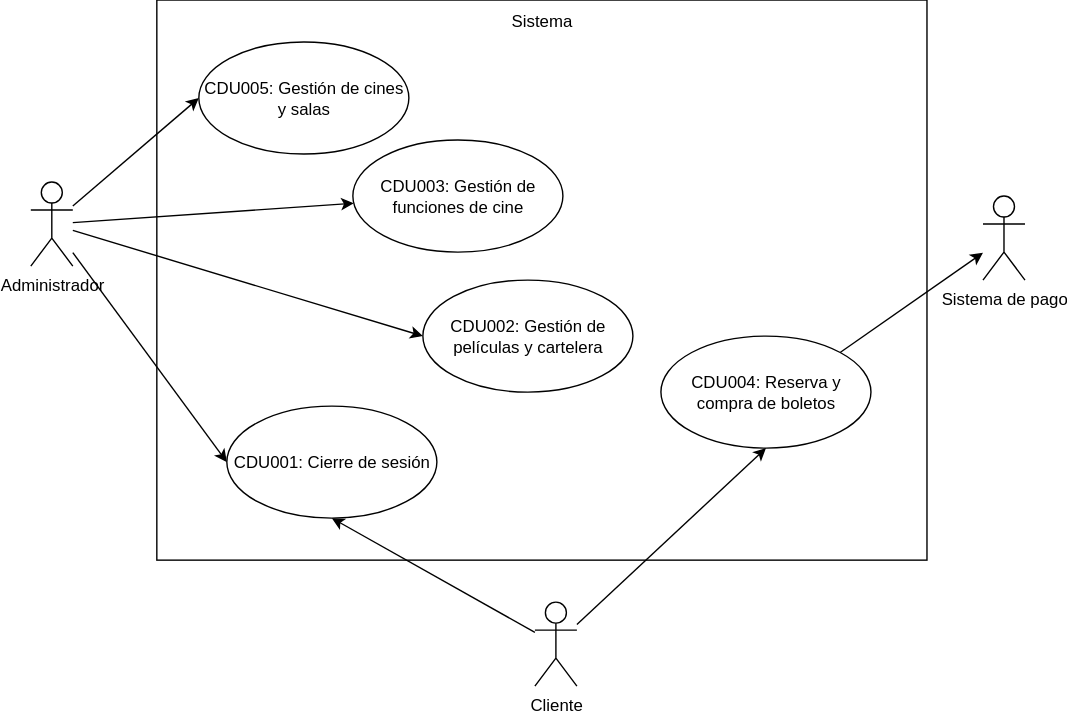
Earlier version of the draw.io export Practica1/Doc/CasosDeUso/img/Practica-Primera_Descomposición.drawio.svg (matiuuh/SA_PRACTICA_G10). Source tidied: cells renumbered, new cells last; positions are measured from the earlier drawing's top-left corner, leaving out a move shared by most shapes. Its diagram source:
```xml
<mxGraphModel>
  <root>
    <mxCell id="0" />
    <mxCell id="1" parent="0" />
    <mxCell id="2" style="rounded=0;whiteSpace=wrap;html=1;" parent="1" vertex="1">
      <mxGeometry x="90" width="550" height="400" as="geometry" />
    </mxCell>
    <mxCell id="3" style="rounded=0;jettySize=auto;html=1;entryX=0;entryY=0.5;entryDx=0;entryDy=0;" parent="1" edge="1" source="6" target="15">
      <mxGeometry relative="1" as="geometry" />
    </mxCell>
    <mxCell id="4" style="rounded=0;jettySize=auto;html=1;" parent="1" edge="1" source="6" target="16">
      <mxGeometry relative="1" as="geometry" />
    </mxCell>
    <mxCell id="5" style="rounded=0;jettySize=auto;html=1;entryX=0;entryY=0.5;entryDx=0;entryDy=0;" parent="1" edge="1" source="6" target="18">
      <mxGeometry relative="1" as="geometry" />
    </mxCell>
    <mxCell id="6" value="Administrador" style="shape=umlActor;verticalLabelPosition=bottom;verticalAlign=top;html=1;outlineConnect=0;" parent="1" vertex="1">
      <mxGeometry y="130" width="30" height="60" as="geometry" />
    </mxCell>
    <mxCell id="7" style="rounded=0;jettySize=auto;html=1;entryX=1;entryY=0;entryDx=0;entryDy=0;endArrow=none;endFill=0;startArrow=classic;startFill=1;" parent="1" edge="1" source="8" target="17">
      <mxGeometry relative="1" as="geometry" />
    </mxCell>
    <mxCell id="8" value="Sistema de pago" style="shape=umlActor;verticalLabelPosition=bottom;verticalAlign=top;html=1;outlineConnect=0;" parent="1" vertex="1">
      <mxGeometry x="680" y="140" width="30" height="60" as="geometry" />
    </mxCell>
    <mxCell id="9" value="CDU001:&amp;nbsp;Cierre de sesión" style="ellipse;whiteSpace=wrap;html=1;" parent="1" vertex="1">
      <mxGeometry x="140" y="290" width="150" height="80" as="geometry" />
    </mxCell>
    <mxCell id="10" value="Sistema" style="text;html=1;whiteSpace=wrap;strokeColor=none;fillColor=none;align=center;verticalAlign=middle;rounded=0;" parent="1" vertex="1">
      <mxGeometry x="90" width="550" height="30" as="geometry" />
    </mxCell>
    <mxCell id="11" style="rounded=0;jettySize=auto;html=1;entryX=0;entryY=0.5;entryDx=0;entryDy=0;" parent="1" edge="1" source="6" target="9">
      <mxGeometry relative="1" as="geometry" />
    </mxCell>
    <mxCell id="12" style="rounded=0;jettySize=auto;html=1;entryX=0.5;entryY=1;entryDx=0;entryDy=0;" parent="1" edge="1" source="14" target="9">
      <mxGeometry relative="1" as="geometry" />
    </mxCell>
    <mxCell id="13" style="rounded=0;jettySize=auto;html=1;entryX=0.5;entryY=1;entryDx=0;entryDy=0;" parent="1" edge="1" source="14" target="17">
      <mxGeometry relative="1" as="geometry" />
    </mxCell>
    <mxCell id="14" value="Cliente" style="shape=umlActor;verticalLabelPosition=bottom;verticalAlign=top;html=1;outlineConnect=0;" parent="1" vertex="1">
      <mxGeometry x="360" y="430" width="30" height="60" as="geometry" />
    </mxCell>
    <mxCell id="15" value="&lt;div&gt;CDU002: Gestión de películas y cartelera&lt;/div&gt;" style="ellipse;whiteSpace=wrap;html=1;" parent="1" vertex="1">
      <mxGeometry x="280" y="200" width="150" height="80" as="geometry" />
    </mxCell>
    <mxCell id="16" value="&lt;div&gt;CDU003: Gestión de funciones de cine&lt;/div&gt;" style="ellipse;whiteSpace=wrap;html=1;" parent="1" vertex="1">
      <mxGeometry x="230" y="100" width="150" height="80" as="geometry" />
    </mxCell>
    <mxCell id="17" value="&lt;div&gt;CDU004: Reserva y compra de boletos&lt;/div&gt;" style="ellipse;whiteSpace=wrap;html=1;" parent="1" vertex="1">
      <mxGeometry x="450" y="240" width="150" height="80" as="geometry" />
    </mxCell>
    <mxCell id="18" value="CDU005: Gestión de cines y salas" style="ellipse;whiteSpace=wrap;html=1;" parent="1" vertex="1">
      <mxGeometry x="120" y="30" width="150" height="80" as="geometry" />
    </mxCell>
  </root>
</mxGraphModel>
```
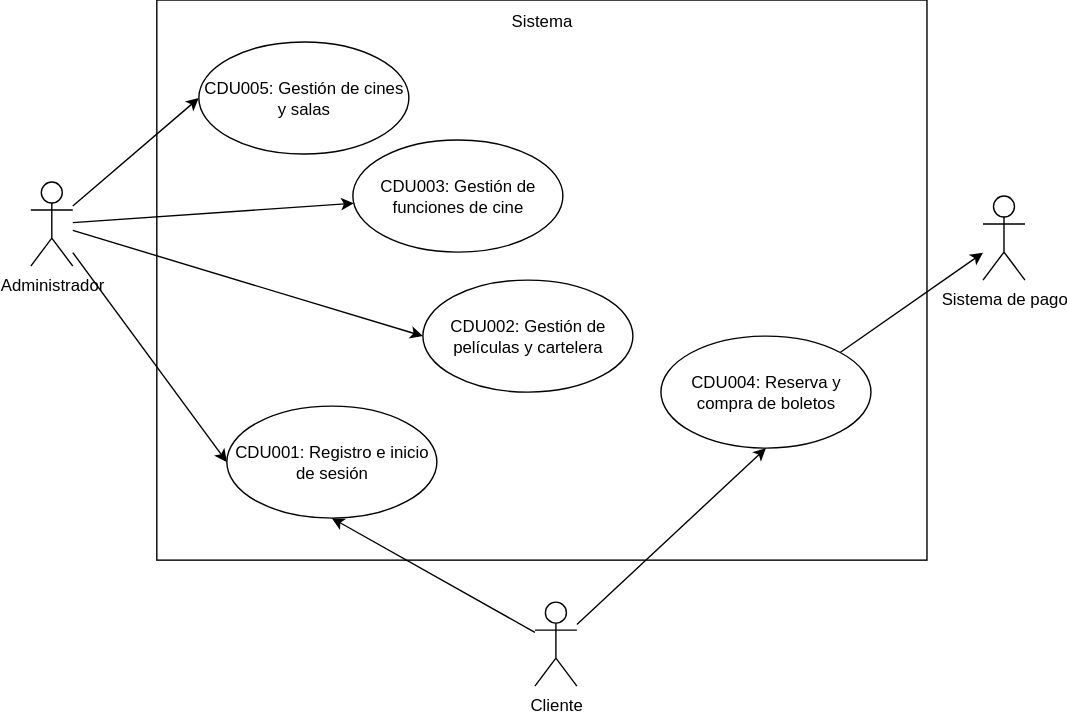
The same file after the commit.

Change to the diagram source:
```diff
@@ -23,7 +23,7 @@
     <mxCell id="8" value="Sistema de pago" style="shape=umlActor;verticalLabelPosition=bottom;verticalAlign=top;html=1;outlineConnect=0;" parent="1" vertex="1">
       <mxGeometry x="680" y="140" width="30" height="60" as="geometry" />
     </mxCell>
-    <mxCell id="9" value="CDU001:&amp;nbsp;Cierre de sesión" style="ellipse;whiteSpace=wrap;html=1;" parent="1" vertex="1">
+    <mxCell id="9" value="CDU001: Registro e inicio de sesión" style="ellipse;whiteSpace=wrap;html=1;" parent="1" vertex="1">
       <mxGeometry x="140" y="290" width="150" height="80" as="geometry" />
     </mxCell>
     <mxCell id="10" value="Sistema" style="text;html=1;whiteSpace=wrap;strokeColor=none;fillColor=none;align=center;verticalAlign=middle;rounded=0;" parent="1" vertex="1">
```
